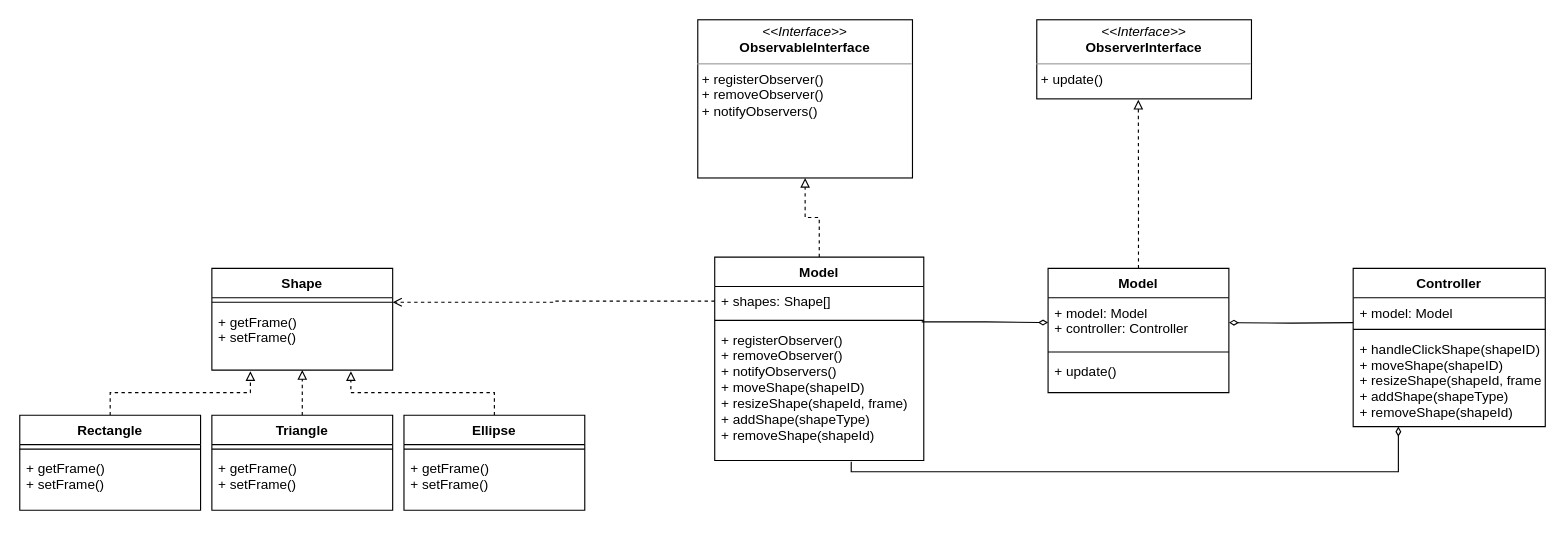
Before: MVC_geometric/MVC.drawio in venera13/ood, a draw.io diagram. Source tidied: cells renumbered, new cells numbered last; positions are measured from the earlier drawing's top-left corner, leaving out a move shared by most shapes. Both pictures are drawn from the tidied source at 113%, with x=0, y=0 at pixel (19, 19).
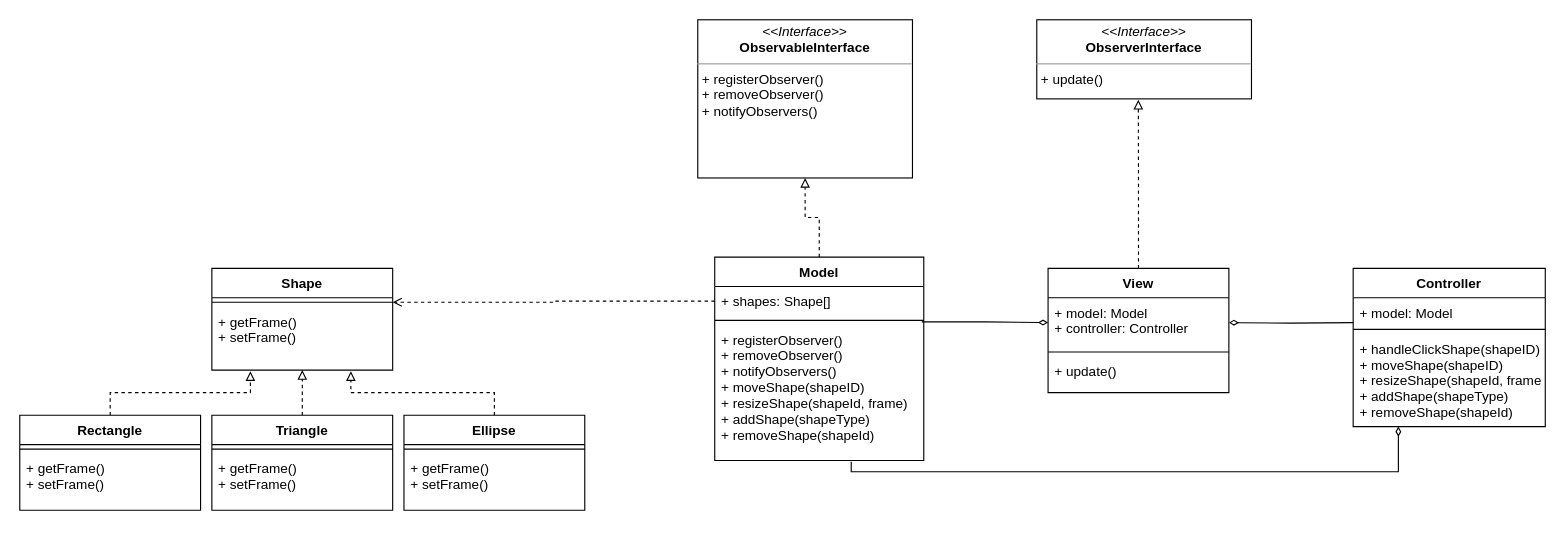
Above is the later version.

The edit, as a diff of the source:
```diff
@@
-    <mxCell id="10" value="Model" style="swimlane;fontStyle=1;align=center;verticalAlign=top;horizontal=1;startSize=26;" parent="1" vertex="1">
+    <mxCell id="10" value="View" style="swimlane;fontStyle=1;align=center;verticalAlign=top;horizontal=1;startSize=26;" parent="1" vertex="1">
       <mxGeometry x="910" y="220" width="160" height="110" as="geometry" />
     </mxCell>
```
